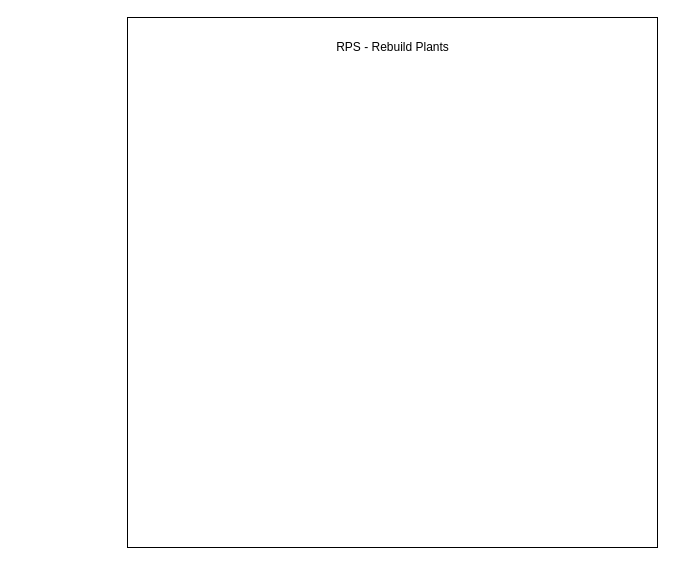
Above: fluxogramas/uml-rebuild-plants.drawio in caioliveira277/drawio-fluxogramas (draw.io), before the change. Source tidied: cells renumbered, new cells numbered last; positions are measured from the earlier drawing's top-left corner, leaving out a move shared by most shapes. Both pictures are drawn from the tidied source at 100%, with x=0, y=0 at pixel (127, 17).
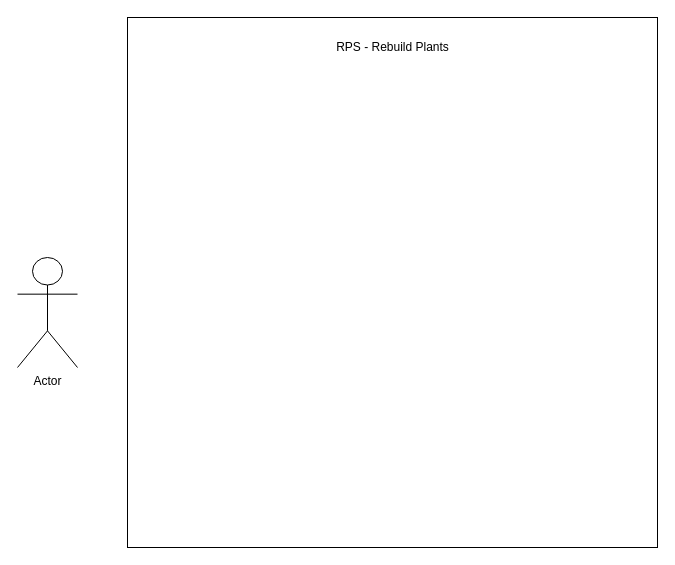
Above is the later version.

Change to the diagram source:
```diff
@@
 <mxGraphModel>
   <root>
     <mxCell id="0" />
     <mxCell id="1" parent="0" />
     <mxCell id="2" style="html=1;" parent="1" vertex="1">
       <mxGeometry width="530" height="530" as="geometry" />
     </mxCell>
     <mxCell id="3" value="RPS - Rebuild Plants" style="text;html=1;align=center;verticalAlign=middle;strokeColor=none;" parent="1" vertex="1">
       <mxGeometry x="200" y="20" width="130" height="20" as="geometry" />
     </mxCell>
+    <mxCell id="4" value="Actor" style="shape=umlActor;verticalLabelPosition=bottom;verticalAlign=top;html=1;" parent="1" vertex="1">
+      <mxGeometry x="-110" y="240" width="60" height="110" as="geometry" />
+    </mxCell>
   </root>
 </mxGraphModel>
```
